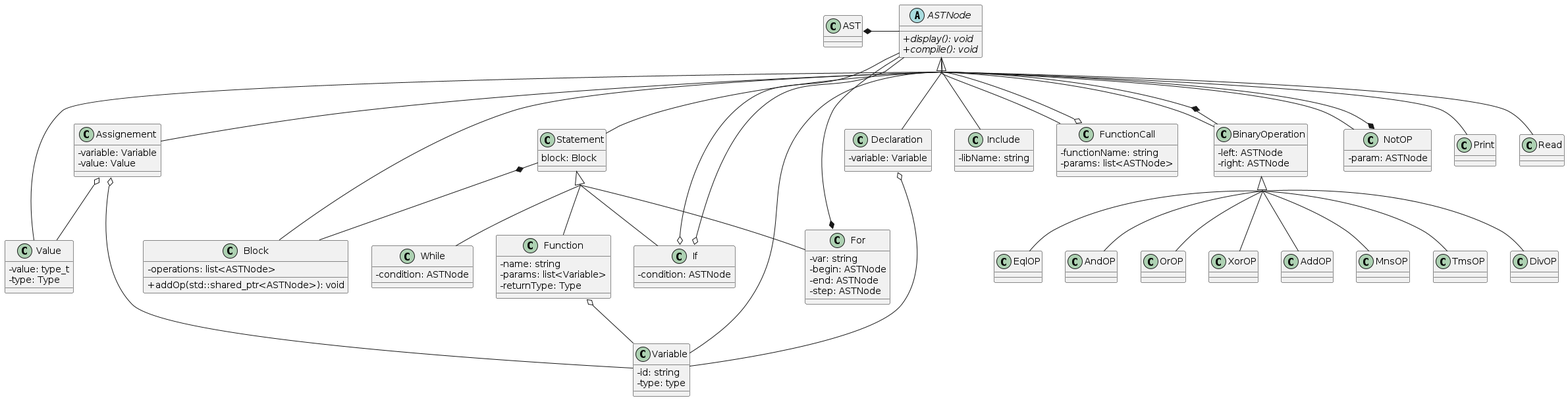
This is ressources/diagrams/ast.png from drfailer/projet-zz2, a PlantUML export, as it was before one commit.
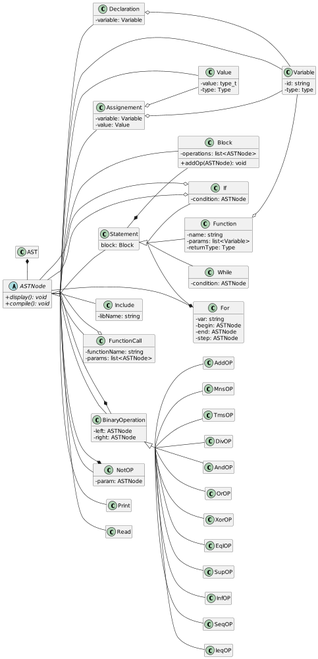
After the change.

Commit message:
update ast diagram + start discussion paragraph

The edit, as a diff of the source:
```diff
@@ -1,17 +1,21 @@
 @startuml
 skinparam classAttributeIconSize 0
 skinparam groupInheritance 3
+hide empty methods
+hide empty attributes
+scale 1000 height
+left to right direction
 
 AST *- ASTNode
 
 abstract class ASTNode {
-  + {abstract} display(): void
-  + {abstract} compile(): void
+  +{abstract} display(): void
+  +{abstract} compile(): void
 }
 
 class Block {
   -operations: list<ASTNode>
-  +addOp(std::shared_ptr<ASTNode>): void
+  +addOp(ASTNode): void
 }
 
 class Include {
@@ -93,10 +97,14 @@
 BinaryOperation <|-- MnsOP
 BinaryOperation <|-- TmsOP
 BinaryOperation <|-- DivOP
-BinaryOperation <|-- EqlOP
 BinaryOperation <|-- AndOP
 BinaryOperation <|-- OrOP
 BinaryOperation <|-- XorOP
+BinaryOperation <|-- EqlOP
+BinaryOperation <|-- SupOP
+BinaryOperation <|-- InfOP
+BinaryOperation <|-- SeqOP
+BinaryOperation <|-- IeqOP
 
 ASTNode <|-- NotOP
 NotOP *-- ASTNode
```
